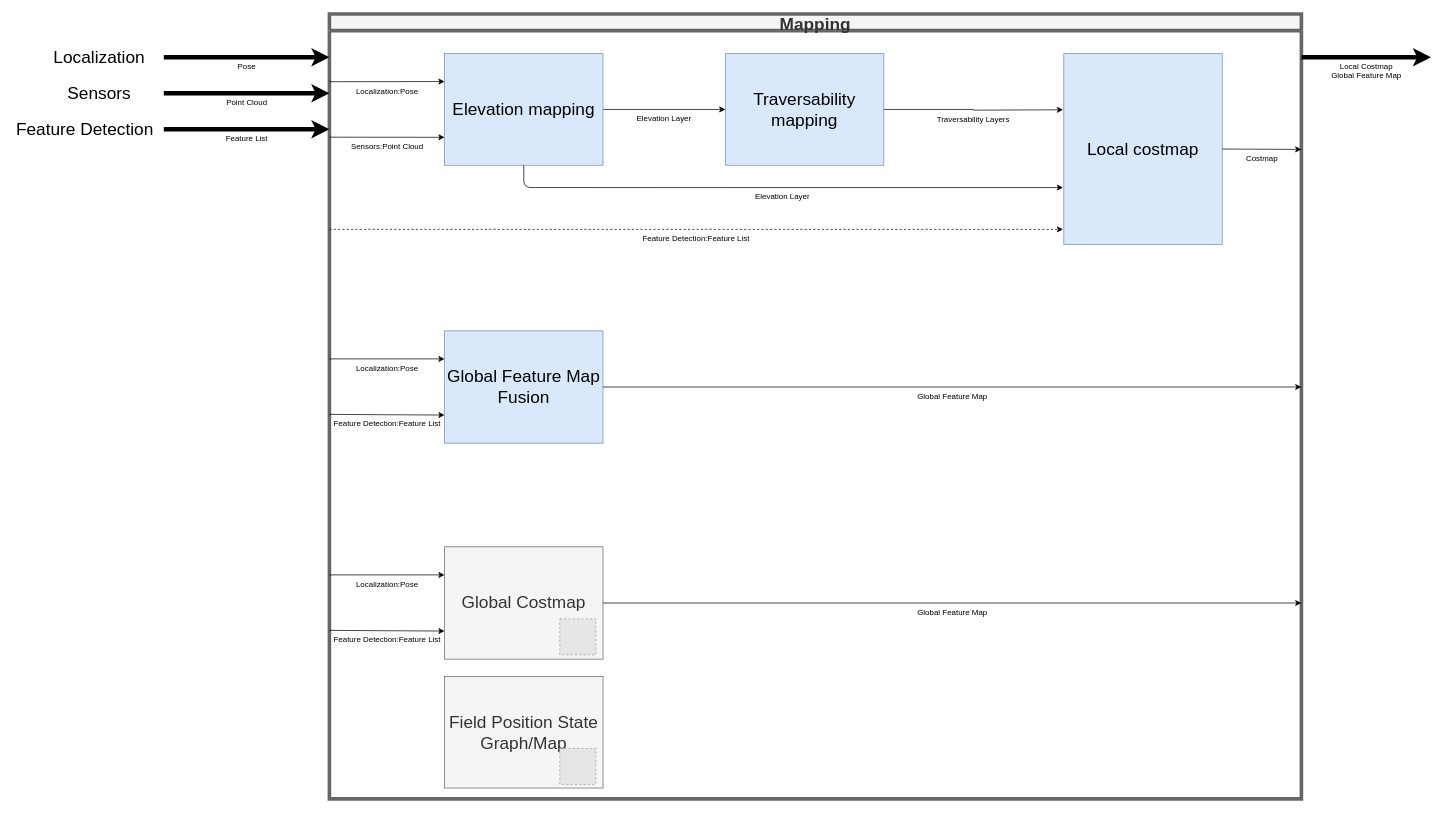
Above: page "#3 Mapping" (13 of 14) of OutdoorNavigationStructure.drawio in ipa-dmo/ipa_outdoor_docu (draw.io), before the change. Source tidied: cells renumbered, new cells numbered last; positions are measured from the earlier drawing's top-left corner, leaving out a move shared by most shapes. Both pictures are drawn from the tidied source at 72%, with x=0, y=0 at pixel (12, 14). Pictures stored in the file or linked from it are replaced by grey dashed boxes.
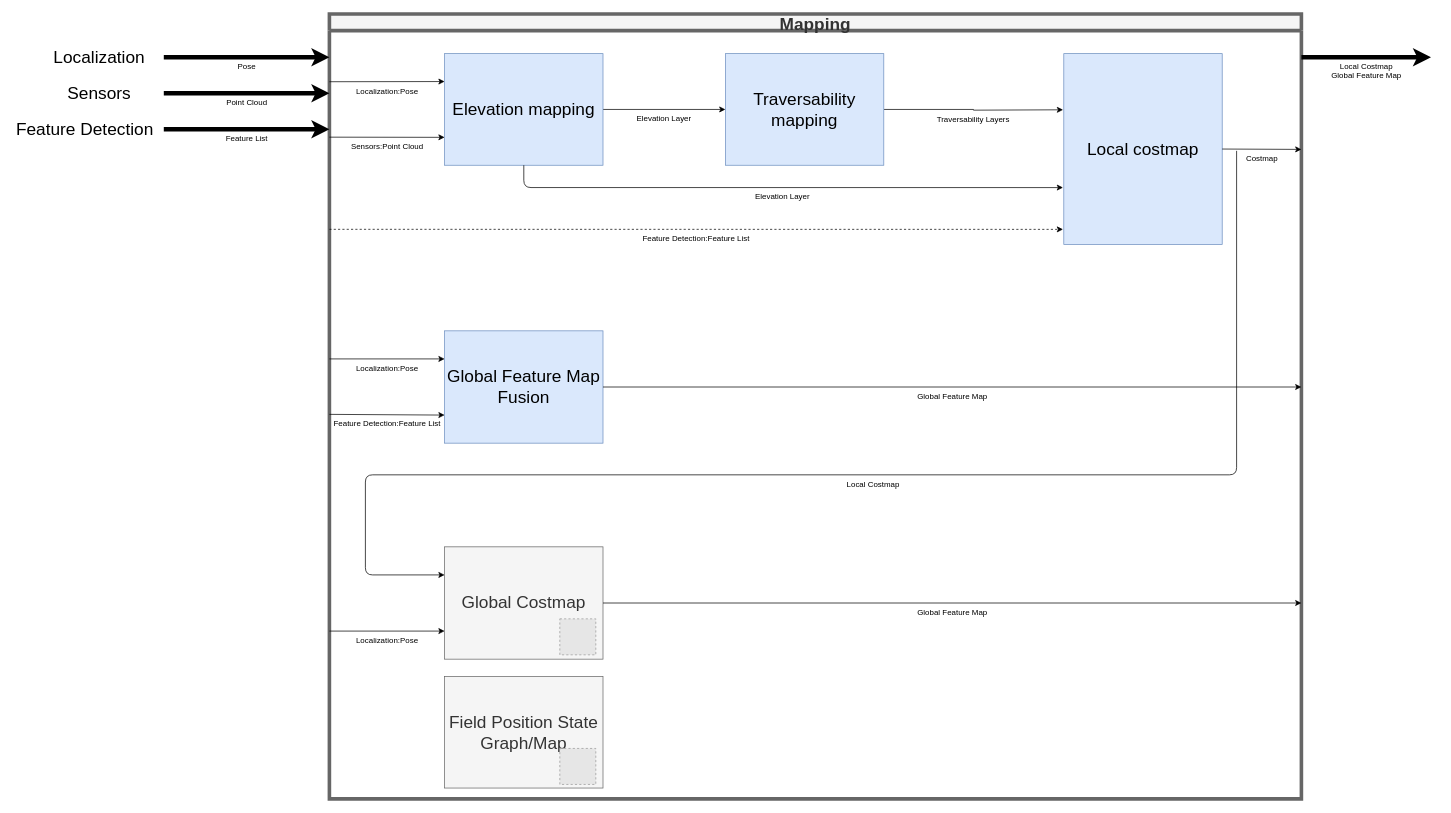
Above is the later version.

Unchanged cells that the change refers to:
```xml
<mxCell id="2" value="Mapping" style="swimlane;fillColor=#f5f5f5;strokeColor=#666666;fontSize=24;strokeWidth=5;perimeterSpacing=4;fontColor=#333333;" parent="1" vertex="1">
  <mxGeometry x="440" width="1350" height="1090" as="geometry" />
</mxCell>
<mxCell id="18" value="&lt;font style=&quot;font-size: 24px&quot;&gt;Global Costmap&lt;br&gt;&lt;/font&gt;" style="whiteSpace=wrap;html=1;fillColor=#f5f5f5;strokeColor=#666666;fontColor=#333333;" parent="2" vertex="1">
  <mxGeometry x="160" y="740" width="220" height="156" as="geometry" />
</mxCell>
```

What changed in the source:
```diff
@@
-    <mxCell id="19" value="Feature Detection:Feature List" style="endArrow=classic;html=1;verticalAlign=top;entryX=0;entryY=0.75;entryDx=0;entryDy=0;" parent="2" edge="1" target="18">
-      <mxGeometry relative="1" as="geometry">
-        <mxPoint y="856" as="sourcePoint" />
-      </mxGeometry>
-    </mxCell>
-    <mxCell id="20" value="Localization:Pose" style="endArrow=classic;html=1;verticalAlign=top;entryX=0;entryY=0.25;entryDx=0;entryDy=0;" parent="2" edge="1" target="18">
-      <mxGeometry relative="1" as="geometry">
-        <mxPoint y="779" as="sourcePoint" />
-      </mxGeometry>
-    </mxCell>
@@
+    <mxCell id="31" value="Local Costmap" style="endArrow=classic;html=1;verticalAlign=top;edgeStyle=orthogonalEdgeStyle;entryX=0;entryY=0.25;entryDx=0;entryDy=0;" parent="1" edge="1" target="18">
+      <mxGeometry relative="1" as="geometry">
+        <mxPoint x="1700" y="190" as="sourcePoint" />
+        <Array as="points">
+          <mxPoint x="1700" y="640" />
+          <mxPoint x="490" y="640" />
+          <mxPoint x="490" y="779" />
+        </Array>
+      </mxGeometry>
+    </mxCell>
+    <mxCell id="20" value="Localization:Pose" style="endArrow=classic;html=1;verticalAlign=top;entryX=0;entryY=0.75;entryDx=0;entryDy=0;" parent="1" edge="1" target="18">
+      <mxGeometry relative="1" as="geometry">
+        <mxPoint x="440" y="857" as="sourcePoint" />
+      </mxGeometry>
+    </mxCell>
```
